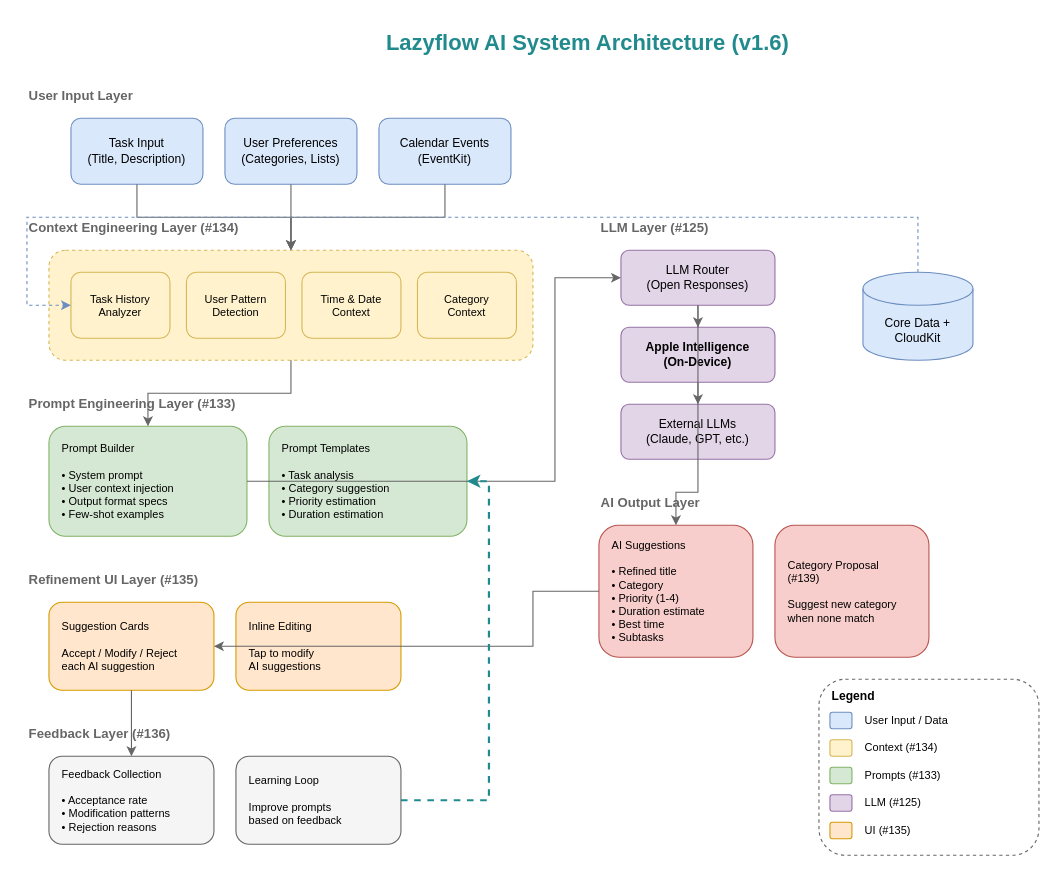
This is docs/project/ai-system-architecture.drawio from connectwithprakash/lazyflow, a draw.io file, before an edit. Source tidied: cells renumbered, new cells numbered last; positions are measured from the earlier drawing's top-left corner, leaving out a move shared by most shapes. Both pictures are drawn from the tidied source at 110%, with x=0, y=0 at pixel (26, 19).
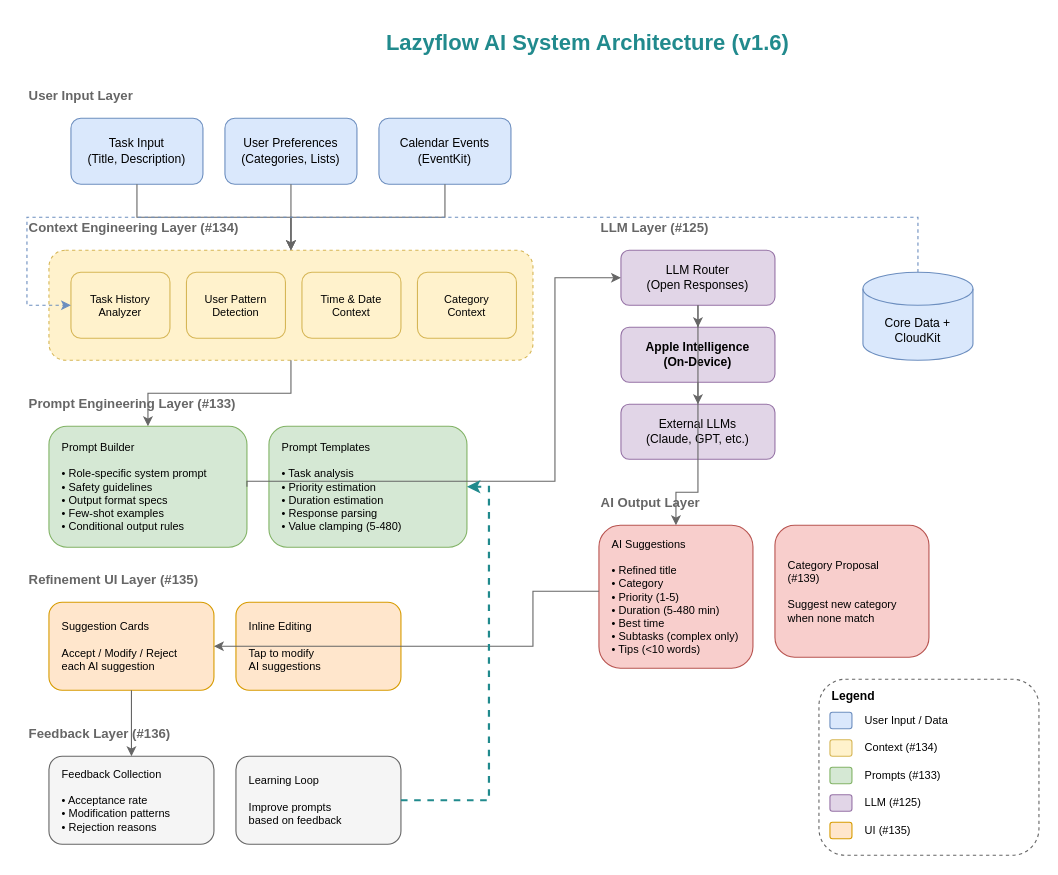
After the change.

Commit message:
docs: Update AI system architecture diagram for #133

- Add role-specific system prompt and safety guidelines
- Add conditional output rules for subtasks
- Add response parsing and value clamping (5-480)
- Update AI suggestions: subtasks (complex only), tips (<10 words)
- Fix priority range (1-5) and duration range

The edit, as a diff of the source:
```diff
@@
-    <mxCell id="14" value="Prompt Builder&#10;&#10;• System prompt&#10;• User context injection&#10;• Output format specs&#10;• Few-shot examples" style="rounded=1;whiteSpace=wrap;html=1;fillColor=#d5e8d4;strokeColor=#82b366;fontSize=10;align=left;spacingLeft=10;" parent="1" vertex="1">
-      <mxGeometry x="20" y="370" width="180" height="100" as="geometry" />
+    <mxCell id="14" value="Prompt Builder&#10;&#10;• Role-specific system prompt&#10;• Safety guidelines&#10;• Output format specs&#10;• Few-shot examples&#10;• Conditional output rules" style="rounded=1;whiteSpace=wrap;html=1;fillColor=#d5e8d4;strokeColor=#82b366;fontSize=10;align=left;spacingLeft=10;" parent="1" vertex="1">
+      <mxGeometry x="20" y="370" width="180" height="110" as="geometry" />
     </mxCell>
-    <mxCell id="15" value="Prompt Templates&#10;&#10;• Task analysis&#10;• Category suggestion&#10;• Priority estimation&#10;• Duration estimation" style="rounded=1;whiteSpace=wrap;html=1;fillColor=#d5e8d4;strokeColor=#82b366;fontSize=10;align=left;spacingLeft=10;" parent="1" vertex="1">
-      <mxGeometry x="220" y="370" width="180" height="100" as="geometry" />
+    <mxCell id="15" value="Prompt Templates&#10;&#10;• Task analysis&#10;• Priority estimation&#10;• Duration estimation&#10;• Response parsing&#10;• Value clamping (5-480)" style="rounded=1;whiteSpace=wrap;html=1;fillColor=#d5e8d4;strokeColor=#82b366;fontSize=10;align=left;spacingLeft=10;" parent="1" vertex="1">
+      <mxGeometry x="220" y="370" width="180" height="110" as="geometry" />
     </mxCell>
@@
-    <mxCell id="21" value="AI Suggestions&#10;&#10;• Refined title&#10;• Category&#10;• Priority (1-4)&#10;• Duration estimate&#10;• Best time&#10;• Subtasks" style="rounded=1;whiteSpace=wrap;html=1;fillColor=#f8cecc;strokeColor=#b85450;fontSize=10;align=left;spacingLeft=10;" parent="1" vertex="1">
-      <mxGeometry x="520" y="460" width="140" height="120" as="geometry" />
+    <mxCell id="21" value="AI Suggestions&#10;&#10;• Refined title&#10;• Category&#10;• Priority (1-5)&#10;• Duration (5-480 min)&#10;• Best time&#10;• Subtasks (complex only)&#10;• Tips (&lt;10 words)" style="rounded=1;whiteSpace=wrap;html=1;fillColor=#f8cecc;strokeColor=#b85450;fontSize=10;align=left;spacingLeft=10;" parent="1" vertex="1">
+      <mxGeometry x="520" y="460" width="140" height="130" as="geometry" />
     </mxCell>
```
